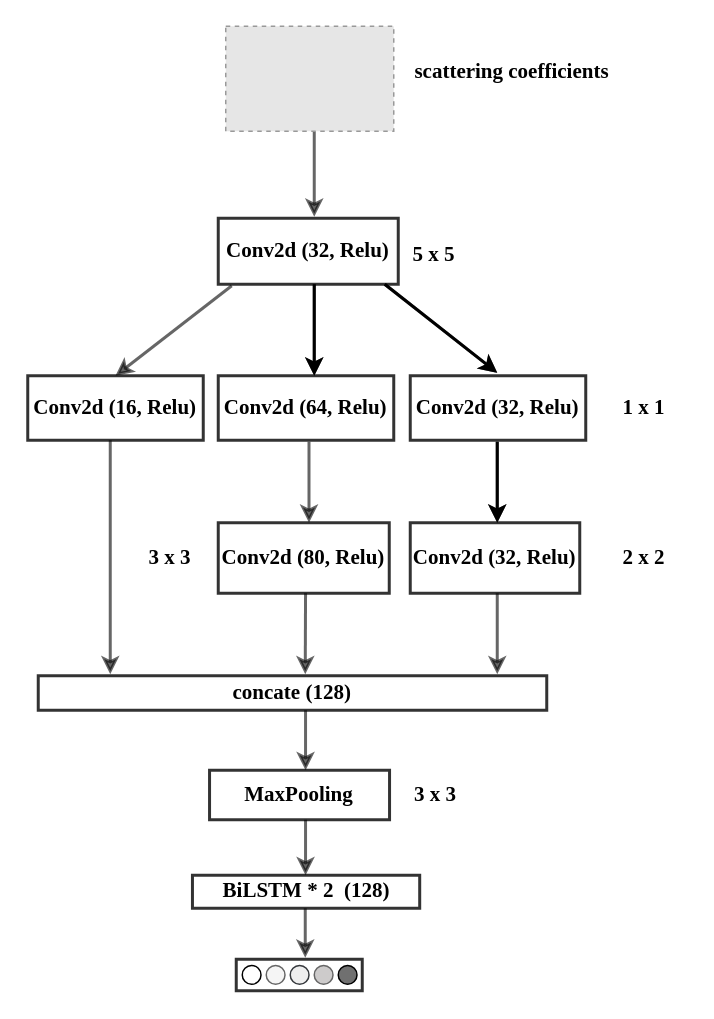
Before: 模型.drawio in weihuan213/Forward, a draw.io diagram. Source tidied: cells renumbered, new cells numbered last; positions are measured from the earlier drawing's top-left corner, leaving out a move shared by most shapes. Both pictures are drawn from the tidied source at 150%, with x=0, y=0 at pixel (27, 26). Pictures stored in the file or linked from it are replaced by grey dashed boxes.
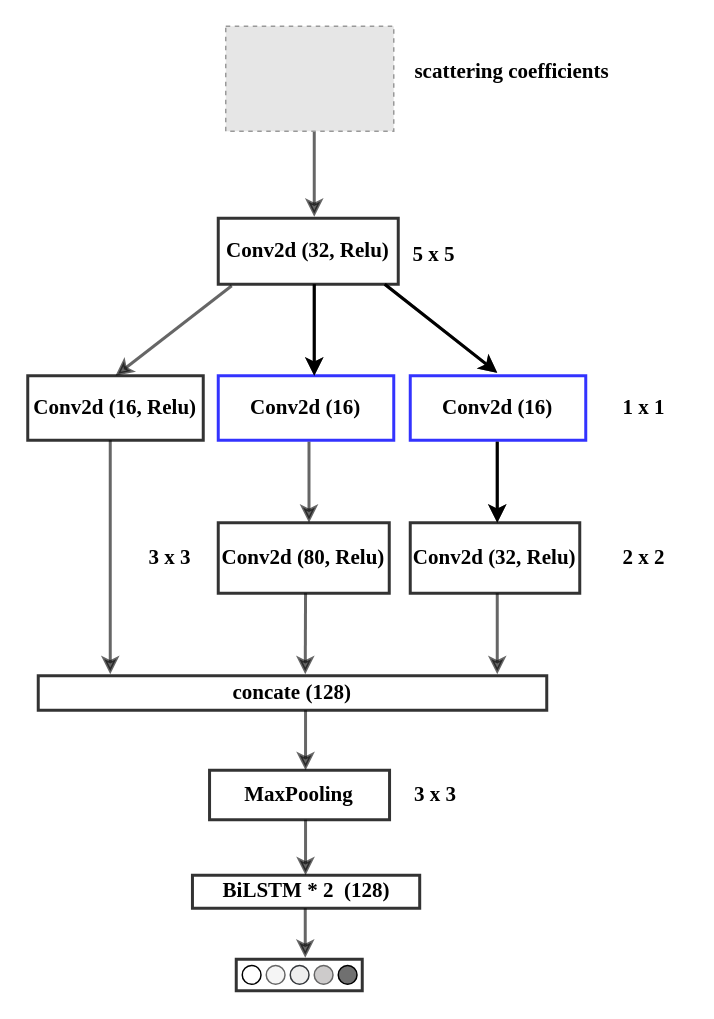
The same page after the edit.

The edit, as a diff of the source:
```diff
@@
-    <mxCell id="7" value="&lt;b&gt;Conv2d (64, Relu)&lt;/b&gt;" style="rounded=0;whiteSpace=wrap;html=1;fontFamily=Times New Roman;fontSize=14;strokeWidth=2;opacity=80;" parent="1" vertex="1">
+    <mxCell id="7" value="&lt;b&gt;Conv2d (16)&lt;/b&gt;" style="rounded=0;whiteSpace=wrap;html=1;fontFamily=Times New Roman;fontSize=14;strokeWidth=2;opacity=80;strokeColor=#0000FF;" parent="1" vertex="1">
       <mxGeometry x="127" y="233" width="117" height="43" as="geometry" />
     </mxCell>
@@
-    <mxCell id="9" value="&lt;b&gt;Conv2d (32, Relu)&lt;/b&gt;" style="rounded=0;whiteSpace=wrap;html=1;fontFamily=Times New Roman;fontSize=14;strokeWidth=2;opacity=80;" parent="1" vertex="1">
+    <mxCell id="9" value="&lt;b&gt;Conv2d (16)&lt;/b&gt;" style="rounded=0;whiteSpace=wrap;html=1;fontFamily=Times New Roman;fontSize=14;strokeWidth=2;opacity=80;strokeColor=#0000FF;" parent="1" vertex="1">
       <mxGeometry x="255" y="233" width="117" height="43" as="geometry" />
     </mxCell>
```
